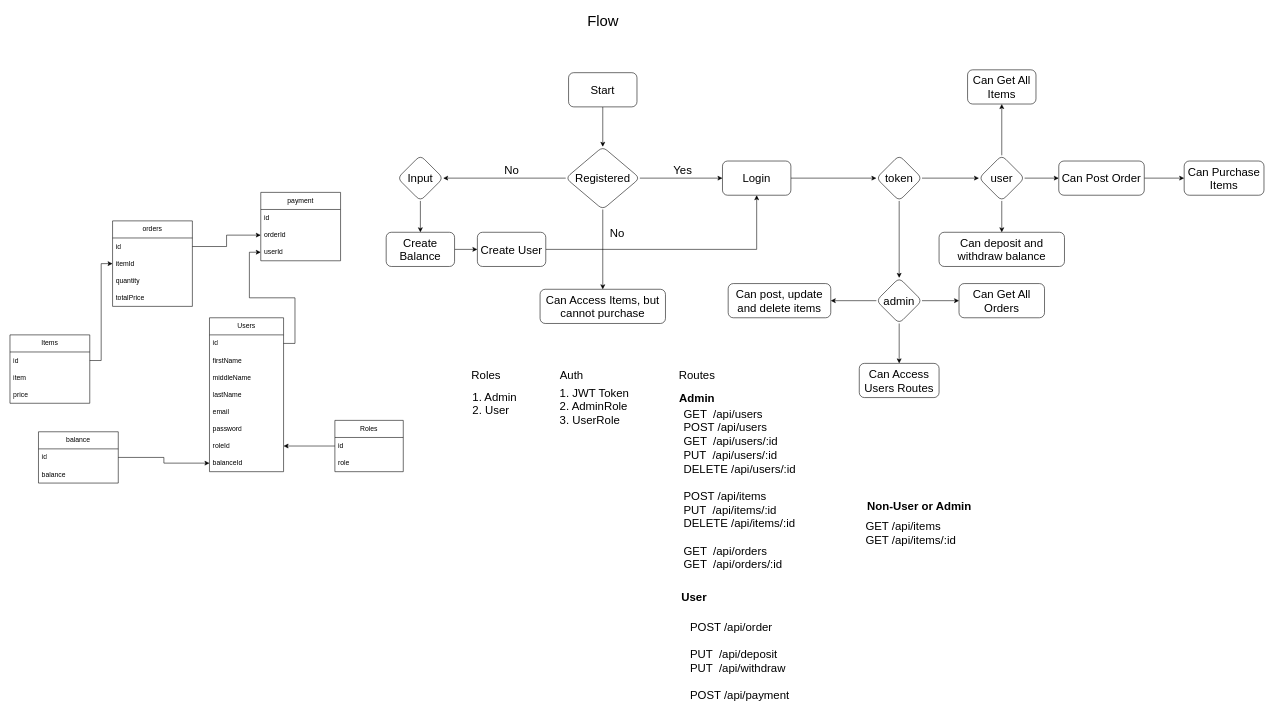
The draw.io diagram Untitled Diagram.drawio in rvldodo/stripe-api, before the edit. Source tidied: cells renumbered, new cells numbered last; positions are measured from the earlier drawing's top-left corner, leaving out a move shared by most shapes. Both pictures are drawn from the tidied source at 57%, with x=0, y=0 at pixel (10, 10).
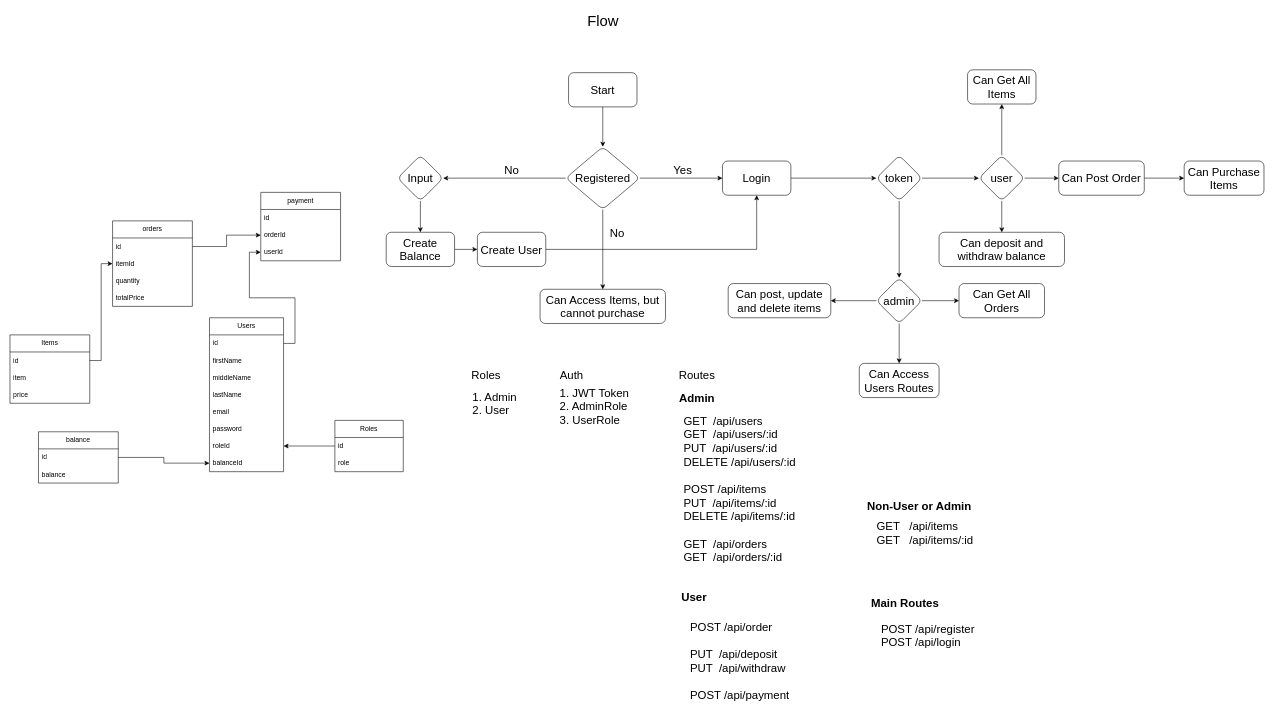
Above is the later version.

Commit message:
add register and login routes list

What changed in the source:
```diff
@@
-    <mxCell id="79" value="&lt;div style=&quot;text-align: left;&quot;&gt;&lt;span style=&quot;font-size: 20px; background-color: initial;&quot;&gt;GET&lt;span style=&quot;white-space: pre;&quot;&gt; &lt;/span&gt;&lt;span style=&quot;white-space: pre;&quot;&gt; &lt;/span&gt;/api/users&lt;/span&gt;&lt;/div&gt;&lt;div style=&quot;text-align: left;&quot;&gt;&lt;span style=&quot;font-size: 20px; background-color: initial;&quot;&gt;POST&lt;span style=&quot;white-space: pre;&quot;&gt; &lt;/span&gt;/api/users&lt;/span&gt;&lt;/div&gt;&lt;div style=&quot;text-align: left;&quot;&gt;&lt;span style=&quot;font-size: 20px; background-color: initial;&quot;&gt;GET&lt;span style=&quot;white-space: pre;&quot;&gt; &lt;/span&gt;&lt;span style=&quot;white-space: pre;&quot;&gt; &lt;/span&gt;/api/users/:id&lt;/span&gt;&lt;/div&gt;&lt;div style=&quot;text-align: left;&quot;&gt;&lt;span style=&quot;font-size: 20px; background-color: initial;&quot;&gt;PUT&lt;span style=&quot;white-space: pre;&quot;&gt; &lt;/span&gt;&lt;span style=&quot;white-space: pre;&quot;&gt; &lt;/span&gt;/api/users/:id&lt;/span&gt;&lt;/div&gt;&lt;div style=&quot;text-align: left;&quot;&gt;&lt;span style=&quot;font-size: 20px; background-color: initial;&quot;&gt;DELETE&lt;span style=&quot;white-space: pre;&quot;&gt; &lt;/span&gt;/api/users/:id&lt;/span&gt;&lt;/div&gt;&lt;div style=&quot;text-align: left;&quot;&gt;&lt;span style=&quot;font-size: 20px; background-color: initial;&quot;&gt;&lt;br&gt;&lt;/span&gt;&lt;/div&gt;&lt;div style=&quot;text-align: left;&quot;&gt;&lt;span style=&quot;font-size: 20px;&quot;&gt;POST&lt;span style=&quot;white-space: pre;&quot;&gt; &lt;/span&gt;/api/items&lt;/span&gt;&lt;/div&gt;&lt;div style=&quot;text-align: left;&quot;&gt;&lt;span style=&quot;font-size: 20px;&quot;&gt;PUT&lt;span style=&quot;white-space: pre;&quot;&gt; &lt;/span&gt;&lt;span style=&quot;white-space: pre;&quot;&gt; &lt;/span&gt;/api/items/:id&lt;/span&gt;&lt;/div&gt;&lt;div style=&quot;text-align: left;&quot;&gt;&lt;span style=&quot;font-size: 20px;&quot;&gt;DELETE&lt;span style=&quot;white-space: pre;&quot;&gt; &lt;/span&gt;/api/items/:id&lt;/span&gt;&lt;/div&gt;&lt;div style=&quot;text-align: left;&quot;&gt;&lt;span style=&quot;font-size: 20px;&quot;&gt;&lt;br&gt;&lt;/span&gt;&lt;/div&gt;&lt;div style=&quot;text-align: left;&quot;&gt;&lt;span style=&quot;font-size: 20px;&quot;&gt;GET&lt;span style=&quot;white-space: pre;&quot;&gt; &lt;/span&gt;&lt;span style=&quot;white-space: pre;&quot;&gt; &lt;/span&gt;/api/orders&lt;/span&gt;&lt;/div&gt;&lt;div style=&quot;text-align: left;&quot;&gt;&lt;span style=&quot;font-size: 20px;&quot;&gt;GET&lt;span style=&quot;white-space: pre;&quot;&gt; &lt;/span&gt;&lt;span style=&quot;white-space: pre;&quot;&gt; &lt;/span&gt;/api/orders/:id&lt;/span&gt;&lt;/div&gt;" style="text;html=1;align=center;verticalAlign=middle;strokeColor=none;fillColor=none;" parent="1" vertex="1">
-      <mxGeometry x="1165" y="690" width="230" height="300" as="geometry" />
+    <mxCell id="79" value="&lt;div style=&quot;text-align: left;&quot;&gt;&lt;span style=&quot;font-size: 20px; background-color: initial;&quot;&gt;GET&lt;span style=&quot;white-space: pre;&quot;&gt; &lt;/span&gt;&lt;span style=&quot;white-space: pre;&quot;&gt; &lt;/span&gt;/api/users&lt;/span&gt;&lt;/div&gt;&lt;div style=&quot;text-align: left;&quot;&gt;&lt;span style=&quot;font-size: 20px; background-color: initial;&quot;&gt;GET&lt;span style=&quot;white-space: pre;&quot;&gt; &lt;/span&gt;&lt;span style=&quot;white-space: pre;&quot;&gt; &lt;/span&gt;/api/users/:id&lt;/span&gt;&lt;/div&gt;&lt;div style=&quot;text-align: left;&quot;&gt;&lt;span style=&quot;font-size: 20px; background-color: initial;&quot;&gt;PUT&lt;span style=&quot;white-space: pre;&quot;&gt; &lt;/span&gt;&lt;span style=&quot;white-space: pre;&quot;&gt; &lt;/span&gt;/api/users/:id&lt;/span&gt;&lt;/div&gt;&lt;div style=&quot;text-align: left;&quot;&gt;&lt;span style=&quot;font-size: 20px; background-color: initial;&quot;&gt;DELETE&lt;span style=&quot;white-space: pre;&quot;&gt; &lt;/span&gt;/api/users/:id&lt;/span&gt;&lt;/div&gt;&lt;div style=&quot;text-align: left;&quot;&gt;&lt;span style=&quot;font-size: 20px; background-color: initial;&quot;&gt;&lt;br&gt;&lt;/span&gt;&lt;/div&gt;&lt;div style=&quot;text-align: left;&quot;&gt;&lt;span style=&quot;font-size: 20px;&quot;&gt;POST&lt;span style=&quot;white-space: pre;&quot;&gt; &lt;/span&gt;/api/items&lt;/span&gt;&lt;/div&gt;&lt;div style=&quot;text-align: left;&quot;&gt;&lt;span style=&quot;font-size: 20px;&quot;&gt;PUT&lt;span style=&quot;white-space: pre;&quot;&gt; &lt;/span&gt;&lt;span style=&quot;white-space: pre;&quot;&gt; &lt;/span&gt;/api/items/:id&lt;/span&gt;&lt;/div&gt;&lt;div style=&quot;text-align: left;&quot;&gt;&lt;span style=&quot;font-size: 20px;&quot;&gt;DELETE&lt;span style=&quot;white-space: pre;&quot;&gt; &lt;/span&gt;/api/items/:id&lt;/span&gt;&lt;/div&gt;&lt;div style=&quot;text-align: left;&quot;&gt;&lt;span style=&quot;font-size: 20px;&quot;&gt;&lt;br&gt;&lt;/span&gt;&lt;/div&gt;&lt;div style=&quot;text-align: left;&quot;&gt;&lt;span style=&quot;font-size: 20px;&quot;&gt;GET&lt;span style=&quot;white-space: pre;&quot;&gt; &lt;/span&gt;&lt;span style=&quot;white-space: pre;&quot;&gt; &lt;/span&gt;/api/orders&lt;/span&gt;&lt;/div&gt;&lt;div style=&quot;text-align: left;&quot;&gt;&lt;span style=&quot;font-size: 20px;&quot;&gt;GET&lt;span style=&quot;white-space: pre;&quot;&gt; &lt;/span&gt;&lt;span style=&quot;white-space: pre;&quot;&gt; &lt;/span&gt;/api/orders/:id&lt;/span&gt;&lt;/div&gt;" style="text;html=1;align=center;verticalAlign=middle;strokeColor=none;fillColor=none;" parent="1" vertex="1">
+      <mxGeometry x="1165" y="700" width="230" height="280" as="geometry" />
     </mxCell>
@@
-    <mxCell id="84" value="&lt;div style=&quot;text-align: left;&quot;&gt;&lt;br&gt;&lt;/div&gt;&lt;div style=&quot;text-align: left;&quot;&gt;&lt;span style=&quot;font-size: 20px; background-color: initial;&quot;&gt;GET&lt;span style=&quot;&quot;&gt; &lt;/span&gt;&lt;span style=&quot;&quot;&gt; &lt;/span&gt;/api/items&lt;/span&gt;&lt;/div&gt;&lt;div style=&quot;text-align: left;&quot;&gt;&lt;span style=&quot;font-size: 20px; background-color: initial;&quot;&gt;GET /api/items/:id&lt;/span&gt;&lt;/div&gt;" style="text;html=1;align=center;verticalAlign=middle;strokeColor=none;fillColor=none;" parent="1" vertex="1">
-      <mxGeometry x="1490" y="870" width="180" height="80" as="geometry" />
+    <mxCell id="84" value="&lt;div style=&quot;text-align: left;&quot;&gt;&lt;br&gt;&lt;/div&gt;&lt;div style=&quot;text-align: left;&quot;&gt;&lt;span style=&quot;font-size: 20px; background-color: initial;&quot;&gt;GET&lt;span style=&quot;&quot;&gt; &lt;span style=&quot;white-space: pre;&quot;&gt; &lt;/span&gt;&lt;/span&gt;&lt;span style=&quot;&quot;&gt; &lt;/span&gt;/api/items&lt;/span&gt;&lt;/div&gt;&lt;div style=&quot;text-align: left;&quot;&gt;&lt;span style=&quot;font-size: 20px; background-color: initial;&quot;&gt;GET &lt;span style=&quot;white-space: pre;&quot;&gt; &lt;/span&gt;&amp;nbsp;/api/items/:id&lt;/span&gt;&lt;/div&gt;" style="text;html=1;align=center;verticalAlign=middle;strokeColor=none;fillColor=none;" parent="1" vertex="1">
+      <mxGeometry x="1490" y="870" width="230" height="80" as="geometry" />
     </mxCell>
+    <mxCell id="85" value="&lt;font style=&quot;font-size: 20px;&quot;&gt;&lt;b&gt;Main Routes&lt;/b&gt;&lt;/font&gt;" style="text;html=1;align=center;verticalAlign=middle;strokeColor=none;fillColor=none;" parent="1" vertex="1">
+      <mxGeometry x="1500" y="1020" width="140" height="40" as="geometry" />
+    </mxCell>
+    <mxCell id="86" value="&lt;div style=&quot;text-align: left;&quot;&gt;&lt;br&gt;&lt;/div&gt;&lt;div style=&quot;text-align: left;&quot;&gt;&lt;span style=&quot;font-size: 20px; background-color: initial;&quot;&gt;&lt;span style=&quot;&quot;&gt;POST&lt;span style=&quot;white-space: pre;&quot;&gt; &lt;/span&gt;&lt;/span&gt;/api/register&lt;/span&gt;&lt;/div&gt;&lt;div style=&quot;text-align: left;&quot;&gt;&lt;span style=&quot;font-size: 20px;&quot;&gt;POST&lt;span style=&quot;white-space: pre;&quot;&gt; &lt;/span&gt;/api/login&lt;/span&gt;&lt;/div&gt;" style="text;html=1;align=center;verticalAlign=middle;strokeColor=none;fillColor=none;" parent="1" vertex="1">
+      <mxGeometry x="1500" y="1050" width="220" height="80" as="geometry" />
+    </mxCell>
```
